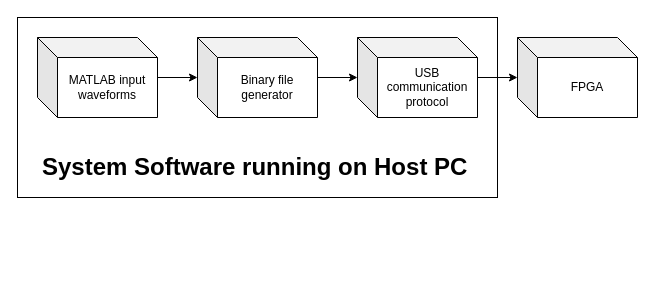
Earlier version of the draw.io diagram SoftwareFigure.drawio (btao732/ECE492). Source tidied: cells renumbered, new cells numbered last; positions are measured from the earlier drawing's top-left corner, leaving out a move shared by most shapes. Both pictures are drawn from the tidied source at 100%, with x=0, y=0 at pixel (17, 17).
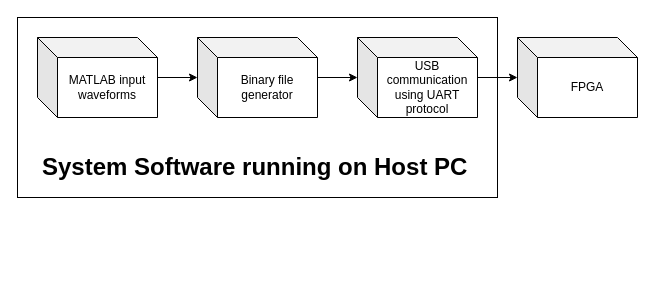
The same diagram, later.

The edit, as a diff of the source:
```diff
@@
 <mxGraphModel>
   <root>
     <mxCell id="0" />
     <mxCell id="1" parent="0" />
     <mxCell id="2" style="rounded=0;whiteSpace=wrap;html=1;" parent="1" vertex="1">
       <mxGeometry width="480" height="180" as="geometry" />
     </mxCell>
     <mxCell id="3" style="edgeStyle=orthogonalEdgeStyle;rounded=0;jettySize=auto;html=1;" parent="1" edge="1" source="4" target="6">
       <mxGeometry relative="1" as="geometry" />
     </mxCell>
     <mxCell id="4" value="MATLAB input waveforms" style="shape=cube;whiteSpace=wrap;html=1;boundedLbl=1;backgroundOutline=1;darkOpacity=0.05;darkOpacity2=0.1;" parent="1" vertex="1">
       <mxGeometry x="20" y="20" width="120" height="80" as="geometry" />
     </mxCell>
     <mxCell id="5" style="edgeStyle=orthogonalEdgeStyle;rounded=0;jettySize=auto;html=1;" parent="1" edge="1" source="6" target="8">
       <mxGeometry relative="1" as="geometry" />
     </mxCell>
     <mxCell id="6" value="Binary file generator" style="shape=cube;whiteSpace=wrap;html=1;boundedLbl=1;backgroundOutline=1;darkOpacity=0.05;darkOpacity2=0.1;" parent="1" vertex="1">
       <mxGeometry x="180" y="20" width="120" height="80" as="geometry" />
     </mxCell>
     <mxCell id="7" style="edgeStyle=orthogonalEdgeStyle;rounded=0;jettySize=auto;html=1;" parent="1" edge="1" source="8" target="10">
       <mxGeometry relative="1" as="geometry" />
     </mxCell>
-    <mxCell id="8" value="USB communication protocol" style="shape=cube;whiteSpace=wrap;html=1;boundedLbl=1;backgroundOutline=1;darkOpacity=0.05;darkOpacity2=0.1;" parent="1" vertex="1">
+    <mxCell id="8" value="USB communication using UART protocol" style="shape=cube;whiteSpace=wrap;html=1;boundedLbl=1;backgroundOutline=1;darkOpacity=0.05;darkOpacity2=0.1;" parent="1" vertex="1">
       <mxGeometry x="340" y="20" width="120" height="80" as="geometry" />
     </mxCell>
     <mxCell id="9" value="&lt;h1&gt;System Software running on Host PC&lt;/h1&gt;" style="text;html=1;strokeColor=none;fillColor=none;spacing=5;spacingTop=-20;whiteSpace=wrap;overflow=hidden;rounded=0;" parent="1" vertex="1">
       <mxGeometry x="20" y="130" width="440" height="120" as="geometry" />
     </mxCell>
     <mxCell id="10" value="FPGA" style="shape=cube;whiteSpace=wrap;html=1;boundedLbl=1;backgroundOutline=1;darkOpacity=0.05;darkOpacity2=0.1;" parent="1" vertex="1">
       <mxGeometry x="500" y="20" width="120" height="80" as="geometry" />
     </mxCell>
   </root>
 </mxGraphModel>
```
